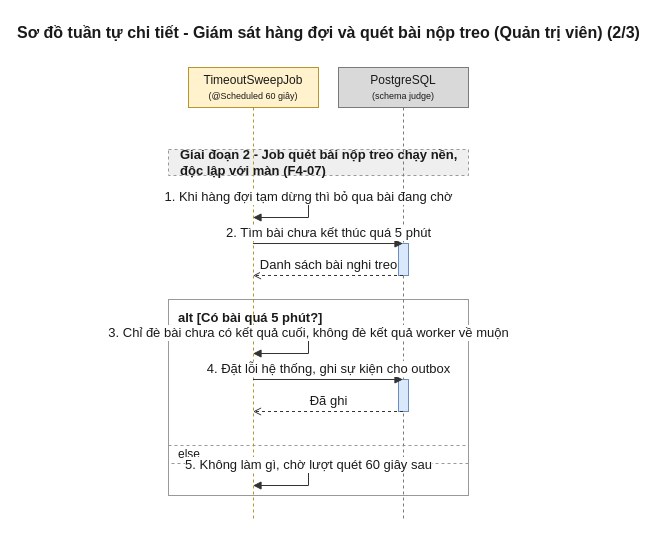
Before: 08-diagram/sequence/admin/sequence_admin_giam_sat_hang_doi_p2.drawio in daiphu1801/PRJ_ALGOPREP, a draw.io diagram. Source tidied: cells renumbered, new cells numbered last; positions are measured from the earlier drawing's top-left corner, leaving out a move shared by most shapes. Both pictures are drawn from the tidied source at 100%, with x=0, y=0 at pixel (168, 17).
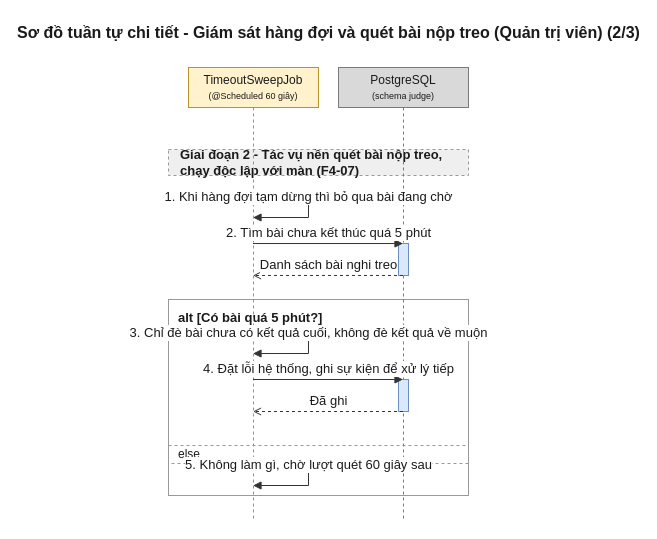
The same diagram, later.

Unchanged cells that the change refers to:
```xml
<mxCell id="6" value="TimeoutSweepJob&lt;br&gt;&lt;font style=&quot;font-size:9px&quot;&gt;(@Scheduled 60 giây)&lt;/font&gt;" style="shape=umlLifeline;perimeter=lifelinePerimeter;whiteSpace=wrap;html=1;outlineConnect=0;size=40;fillColor=#FFF2CC;strokeColor=#B8952A;fontColor=#1A1A1A;" parent="1" vertex="1">
  <mxGeometry x="20" y="50" width="130" height="454" as="geometry" />
</mxCell>
<mxCell id="7" value="PostgreSQL&lt;br&gt;&lt;font style=&quot;font-size:9px&quot;&gt;(schema judge)&lt;/font&gt;" style="shape=umlLifeline;perimeter=lifelinePerimeter;whiteSpace=wrap;html=1;outlineConnect=0;size=40;fillColor=#D9D9D9;strokeColor=#7A7A7A;fontColor=#1A1A1A;" parent="1" vertex="1">
  <mxGeometry x="170" y="50" width="130" height="454" as="geometry" />
</mxCell>
```

Change to the diagram source:
```diff
@@
-    <mxCell id="5" value="Giai đoạn 2 - Job quét bài nộp treo chạy nền, độc lập với màn (F4-07)" style="algoprep=phase;rounded=0;whiteSpace=wrap;html=1;fillColor=#EFEFEF;strokeColor=#999999;dashed=1;align=left;verticalAlign=middle;spacingLeft=10;fontColor=#1A1A1A;fontSize=13;fontStyle=1;" parent="1" vertex="1">
+    <mxCell id="5" value="Giai đoạn 2 - Tác vụ nền quét bài nộp treo, chạy độc lập với màn (F4-07)" style="algoprep=phase;rounded=0;whiteSpace=wrap;html=1;fillColor=#EFEFEF;strokeColor=#999999;dashed=1;align=left;verticalAlign=middle;spacingLeft=10;fontColor=#1A1A1A;fontSize=13;fontStyle=1;" parent="1" vertex="1">
       <mxGeometry y="132" width="300" height="26" as="geometry" />
     </mxCell>
@@
-    <mxCell id="13" value="3. Chỉ đè bài chưa có kết quả cuối, không đè kết quả worker về muộn" style="edgeStyle=orthogonalEdgeStyle;rounded=0;html=1;endArrow=block;endFill=1;strokeColor=#333333;fontColor=#1A1A1A;fontSize=13;verticalAlign=bottom;exitX=0.5;exitY=0.5859;exitDx=0;exitDy=0;entryX=0.5;entryY=0.6300;entryDx=0;entryDy=0;" parent="1" edge="1" source="6" target="6">
+    <mxCell id="13" value="3. Chỉ đè bài chưa có kết quả cuối, không đè kết quả về muộn" style="edgeStyle=orthogonalEdgeStyle;rounded=0;html=1;endArrow=block;endFill=1;strokeColor=#333333;fontColor=#1A1A1A;fontSize=13;verticalAlign=bottom;exitX=0.5;exitY=0.5859;exitDx=0;exitDy=0;entryX=0.5;entryY=0.6300;entryDx=0;entryDy=0;" parent="1" edge="1" source="6" target="6">
       <mxGeometry relative="1" as="geometry">
         <Array as="points">
           <mxPoint x="140" y="316" />
           <mxPoint x="140" y="336" />
         </Array>
       </mxGeometry>
     </mxCell>
-    <mxCell id="14" value="4. Đặt lỗi hệ thống, ghi sự kiện cho outbox" style="edgeStyle=none;html=1;endArrow=block;endFill=1;strokeColor=#333333;fontColor=#1A1A1A;fontSize=13;verticalAlign=bottom;exitX=0.5;exitY=0.6872;exitDx=0;exitDy=0;entryX=0.5;entryY=0.6872;entryDx=0;entryDy=0;" parent="1" edge="1" source="6" target="7">
+    <mxCell id="14" value="4. Đặt lỗi hệ thống, ghi sự kiện để xử lý tiếp" style="edgeStyle=none;html=1;endArrow=block;endFill=1;strokeColor=#333333;fontColor=#1A1A1A;fontSize=13;verticalAlign=bottom;exitX=0.5;exitY=0.6872;exitDx=0;exitDy=0;entryX=0.5;entryY=0.6872;entryDx=0;entryDy=0;" parent="1" edge="1" source="6" target="7">
       <mxGeometry relative="1" as="geometry" />
     </mxCell>
```
